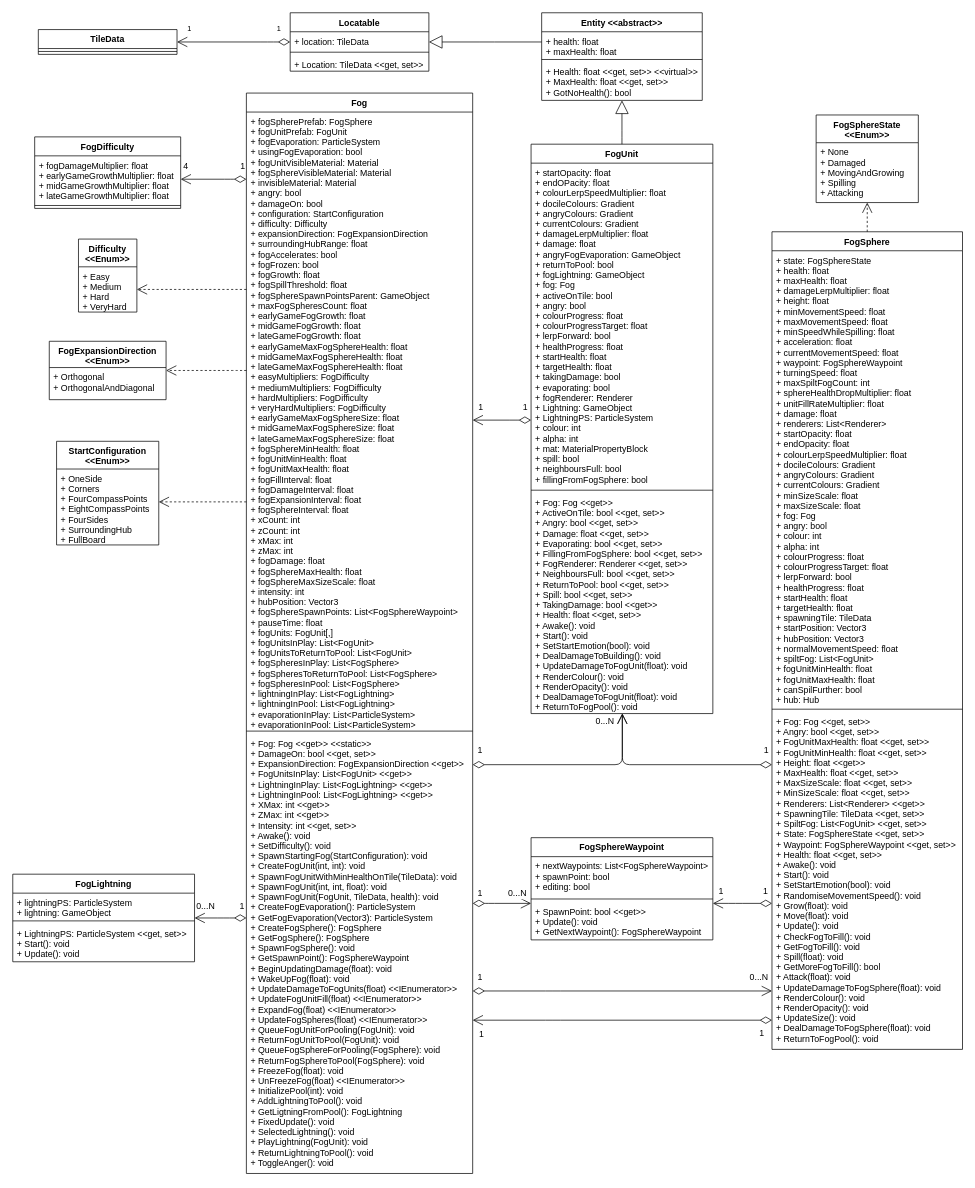
This is 31 - DOC - Custom Project D Level/Fog Current UML.drawio from huf0001/COS30031GamesProgramming, a draw.io file, before an edit. Source tidied: cells renumbered, new cells numbered last; positions are measured from the earlier drawing's top-left corner, leaving out a move shared by most shapes. Both pictures are drawn from the tidied source at 73%, with x=0, y=0 at pixel (12, 12).
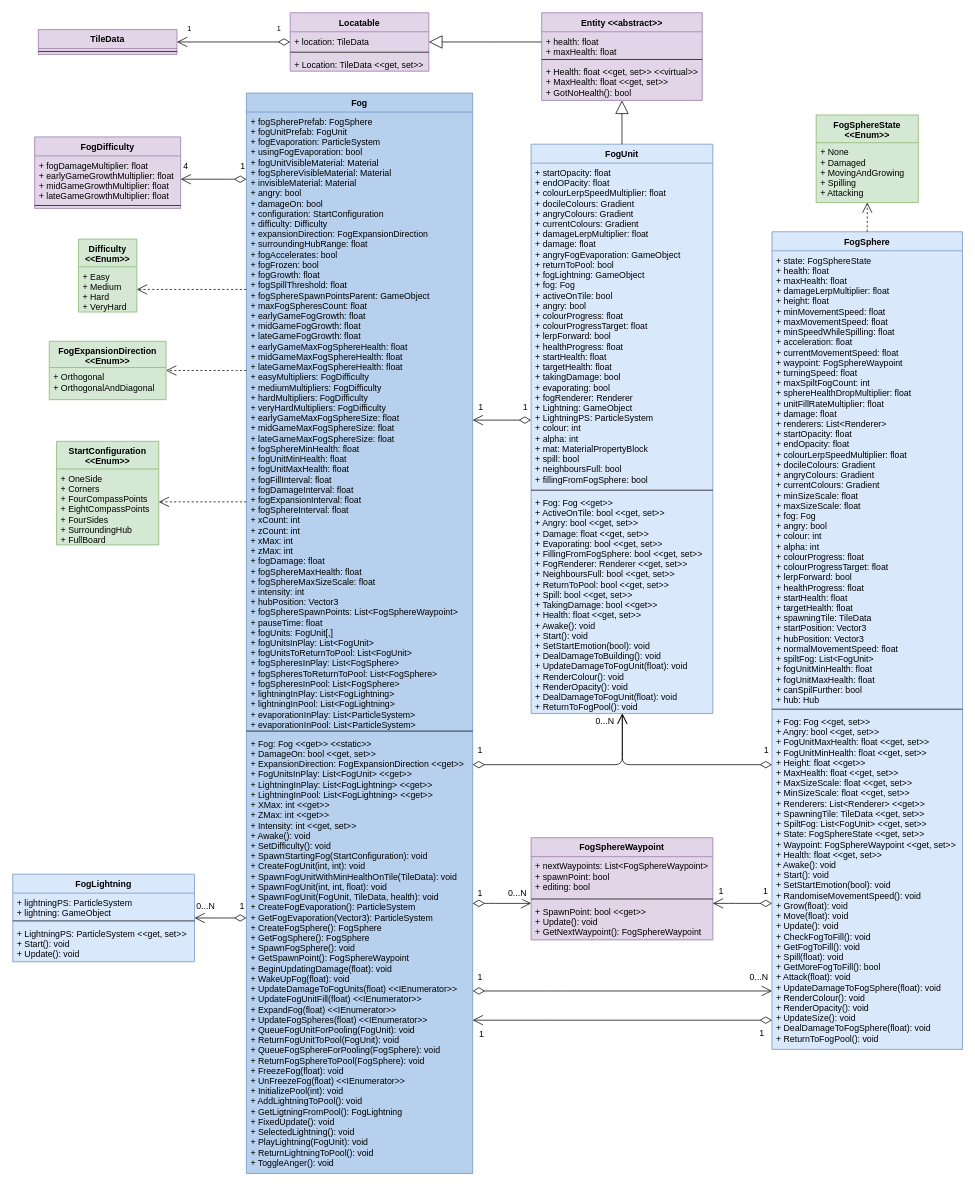
The same diagram, later.

Diff of the diagram source:
```diff
@@
-    <mxCell id="2" value="Fog" style="swimlane;fontStyle=1;align=center;verticalAlign=top;horizontal=1;startSize=26;" parent="1" vertex="1">
+    <mxCell id="2" value="Fog" style="swimlane;fontStyle=1;align=center;verticalAlign=top;horizontal=1;startSize=26;fillColor=#B6D0ED;strokeColor=#6c8ebf;swimlaneFillColor=#B6D0ED;" parent="1" vertex="1">
       <mxGeometry x="320" y="110" width="310" height="1480" as="geometry" />
     </mxCell>
@@
-    <mxCell id="6" value="FogDifficulty" style="swimlane;fontStyle=1;align=center;verticalAlign=top;horizontal=1;startSize=26;" parent="1" vertex="1">
+    <mxCell id="6" value="FogDifficulty" style="swimlane;fontStyle=1;align=center;verticalAlign=top;horizontal=1;startSize=26;fillColor=#e1d5e7;strokeColor=#9673a6;swimlaneFillColor=#E1D5E7;" parent="1" vertex="1">
       <mxGeometry x="30" y="170" width="200" height="98" as="geometry" />
     </mxCell>
@@
-    <mxCell id="9" value="StartConfiguration &#10;&lt;&lt;Enum&gt;&gt;" style="swimlane;fontStyle=1;align=center;verticalAlign=top;horizontal=1;startSize=38;" parent="1" vertex="1">
+    <mxCell id="9" value="StartConfiguration &#10;&lt;&lt;Enum&gt;&gt;" style="swimlane;fontStyle=1;align=center;verticalAlign=top;horizontal=1;startSize=38;fillColor=#d5e8d4;strokeColor=#82b366;swimlaneFillColor=#D5E8D4;" parent="1" vertex="1">
       <mxGeometry x="60" y="587" width="140" height="142" as="geometry" />
     </mxCell>
@@
-    <mxCell id="11" value="FogExpansionDirection&#10;&lt;&lt;Enum&gt;&gt;" style="swimlane;fontStyle=1;align=center;verticalAlign=top;horizontal=1;startSize=36;" parent="1" vertex="1">
+    <mxCell id="11" value="FogExpansionDirection&#10;&lt;&lt;Enum&gt;&gt;" style="swimlane;fontStyle=1;align=center;verticalAlign=top;horizontal=1;startSize=36;fillColor=#d5e8d4;strokeColor=#82b366;swimlaneFillColor=#D5E8D4;" parent="1" vertex="1">
       <mxGeometry x="50" y="450" width="160" height="80" as="geometry" />
     </mxCell>
@@
-    <mxCell id="13" value="Difficulty&#10;&lt;&lt;Enum&gt;&gt;" style="swimlane;fontStyle=1;align=center;verticalAlign=top;horizontal=1;startSize=38;" parent="1" vertex="1">
+    <mxCell id="13" value="Difficulty&#10;&lt;&lt;Enum&gt;&gt;" style="swimlane;fontStyle=1;align=center;verticalAlign=top;horizontal=1;startSize=38;fillColor=#d5e8d4;strokeColor=#82b366;swimlaneFillColor=#D5E8D4;" parent="1" vertex="1">
       <mxGeometry x="90" y="310" width="80" height="100" as="geometry" />
     </mxCell>
@@
-    <mxCell id="15" value="FogUnit" style="swimlane;fontStyle=1;align=center;verticalAlign=top;horizontal=1;startSize=26;" parent="1" vertex="1">
+    <mxCell id="15" value="FogUnit" style="swimlane;fontStyle=1;align=center;verticalAlign=top;horizontal=1;startSize=26;fillColor=#dae8fc;strokeColor=#6c8ebf;swimlaneFillColor=#DAE8FC;" parent="1" vertex="1">
       <mxGeometry x="710" y="180" width="249" height="780" as="geometry" />
     </mxCell>
@@
-    <mxCell id="19" value="FogSphereState&#10;&lt;&lt;Enum&gt;&gt;" style="swimlane;fontStyle=1;align=center;verticalAlign=top;horizontal=1;startSize=38;" parent="1" vertex="1">
+    <mxCell id="19" value="FogSphereState&#10;&lt;&lt;Enum&gt;&gt;" style="swimlane;fontStyle=1;align=center;verticalAlign=top;horizontal=1;startSize=38;fillColor=#d5e8d4;strokeColor=#82b366;swimlaneFillColor=#D5E8D4;" parent="1" vertex="1">
       <mxGeometry x="1100.5" y="140" width="140" height="120" as="geometry" />
     </mxCell>
@@
-    <mxCell id="21" value="FogSphere" style="swimlane;fontStyle=1;align=center;verticalAlign=top;horizontal=1;startSize=26;" parent="1" vertex="1">
+    <mxCell id="21" value="FogSphere" style="swimlane;fontStyle=1;align=center;verticalAlign=top;horizontal=1;startSize=26;fillColor=#dae8fc;strokeColor=#6c8ebf;swimlaneFillColor=#DAE8FC;" parent="1" vertex="1">
       <mxGeometry x="1040" y="300" width="261" height="1120" as="geometry" />
     </mxCell>
@@
-    <mxCell id="25" value="Locatable" style="swimlane;fontStyle=1;align=center;verticalAlign=top;horizontal=1;startSize=26;" parent="1" vertex="1">
+    <mxCell id="25" value="Locatable" style="swimlane;fontStyle=1;align=center;verticalAlign=top;horizontal=1;startSize=26;fillColor=#e1d5e7;strokeColor=#9673a6;swimlaneFillColor=#E1D5E7;" parent="1" vertex="1">
       <mxGeometry x="380" width="190" height="80" as="geometry" />
     </mxCell>
@@
-    <mxCell id="29" value="Entity &lt;&lt;abstract&gt;&gt;" style="swimlane;fontStyle=1;align=center;verticalAlign=top;horizontal=1;startSize=26;" parent="1" vertex="1">
+    <mxCell id="29" value="Entity &lt;&lt;abstract&gt;&gt;" style="swimlane;fontStyle=1;align=center;verticalAlign=top;horizontal=1;startSize=26;fillColor=#e1d5e7;strokeColor=#9673a6;swimlaneFillColor=#E1D5E7;" parent="1" vertex="1">
       <mxGeometry x="724.5" width="220" height="120" as="geometry" />
     </mxCell>
@@
-    <mxCell id="33" value="TileData" style="swimlane;fontStyle=1;align=center;verticalAlign=top;horizontal=1;startSize=26;" parent="1" vertex="1">
+    <mxCell id="33" value="TileData" style="swimlane;fontStyle=1;align=center;verticalAlign=top;horizontal=1;startSize=26;fillColor=#e1d5e7;strokeColor=#9673a6;swimlaneFillColor=#E1D5E7;" parent="1" vertex="1">
       <mxGeometry x="35" y="23" width="190" height="34" as="geometry" />
     </mxCell>
@@
-    <mxCell id="40" value="FogLightning" style="swimlane;fontStyle=1;align=center;verticalAlign=top;horizontal=1;startSize=26;" parent="1" vertex="1">
+    <mxCell id="40" value="FogLightning" style="swimlane;fontStyle=1;align=center;verticalAlign=top;horizontal=1;startSize=26;fillColor=#dae8fc;strokeColor=#6c8ebf;swimlaneFillColor=#DAE8FC;" parent="1" vertex="1">
       <mxGeometry y="1180" width="249" height="120" as="geometry" />
     </mxCell>
@@
-    <mxCell id="62" value="FogSphereWaypoint" style="swimlane;fontStyle=1;align=center;verticalAlign=top;horizontal=1;startSize=26;" parent="1" vertex="1">
+    <mxCell id="62" value="FogSphereWaypoint" style="swimlane;fontStyle=1;align=center;verticalAlign=top;horizontal=1;startSize=26;fillColor=#e1d5e7;strokeColor=#9673a6;swimlaneFillColor=#E1D5E7;" parent="1" vertex="1">
       <mxGeometry x="710" y="1130" width="249" height="140" as="geometry" />
     </mxCell>
```
